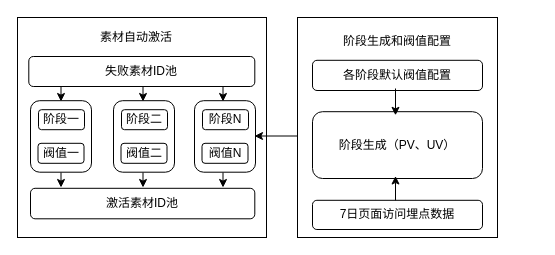
Earlier version of the draw.io diagram page "第 3 页" (3 of 3) of 自动激活方案.drawio (wushenchao/dro). Source tidied: cells renumbered, new cells numbered last; positions are measured from the earlier drawing's top-left corner, leaving out a move shared by most shapes. Both pictures are drawn from the tidied source at 100%, with x=0, y=0 at pixel (17, 17).
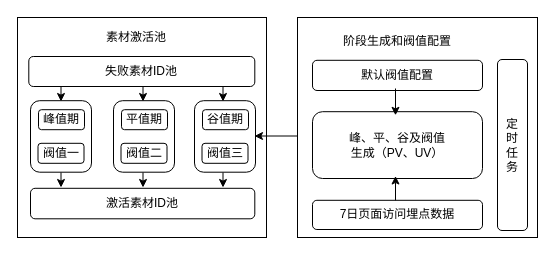
Above is the later version.

Change to the diagram source:
```diff
@@
-    <mxCell id="4" value="阶段二" style="rounded=1;whiteSpace=wrap;html=1;" parent="1" vertex="1">
+    <mxCell id="4" value="平值期" style="rounded=1;whiteSpace=wrap;html=1;" parent="1" vertex="1">
       <mxGeometry x="104" y="92.2" width="46" height="20" as="geometry" />
     </mxCell>
@@
-    <mxCell id="10" value="阶段N" style="rounded=1;whiteSpace=wrap;html=1;" parent="1" vertex="1">
+    <mxCell id="10" value="谷值期" style="rounded=1;whiteSpace=wrap;html=1;" parent="1" vertex="1">
       <mxGeometry x="185" y="92.2" width="46" height="20" as="geometry" />
     </mxCell>
-    <mxCell id="11" value="阀值N" style="rounded=1;whiteSpace=wrap;html=1;" parent="1" vertex="1">
+    <mxCell id="11" value="阀值三" style="rounded=1;whiteSpace=wrap;html=1;" parent="1" vertex="1">
       <mxGeometry x="184.5" y="125.8" width="46" height="20" as="geometry" />
     </mxCell>
@@
-    <mxCell id="13" value="阶段一" style="rounded=1;whiteSpace=wrap;html=1;" parent="1" vertex="1">
+    <mxCell id="13" value="峰值期" style="rounded=1;whiteSpace=wrap;html=1;" parent="1" vertex="1">
       <mxGeometry x="21" y="92.2" width="46" height="20" as="geometry" />
     </mxCell>
@@
-    <mxCell id="20" value="素材自动激活" style="text;html=1;strokeColor=none;fillColor=none;align=center;verticalAlign=middle;whiteSpace=wrap;rounded=0;" parent="1" vertex="1">
+    <mxCell id="20" value="素材激活池" style="text;html=1;strokeColor=none;fillColor=none;align=center;verticalAlign=middle;whiteSpace=wrap;rounded=0;" parent="1" vertex="1">
       <mxGeometry x="58.8" y="5" width="120" height="30" as="geometry" />
     </mxCell>
     <mxCell id="21" style="rounded=0;whiteSpace=wrap;html=1;" parent="1" vertex="1">
-      <mxGeometry x="280" width="200" height="220" as="geometry" />
+      <mxGeometry x="280" width="240" height="220" as="geometry" />
     </mxCell>
@@
-    <mxCell id="24" value="阶段生成（PV、UV）" style="rounded=1;whiteSpace=wrap;html=1;" parent="1" vertex="1">
+    <mxCell id="24" value="峰、平、谷及阀值&lt;br&gt;生成（PV、UV）" style="rounded=1;whiteSpace=wrap;html=1;" parent="1" vertex="1">
       <mxGeometry x="295" y="94.2" width="170" height="66.8" as="geometry" />
     </mxCell>
-    <mxCell id="25" value="各阶段默认阀值配置" style="rounded=1;whiteSpace=wrap;html=1;" parent="1" vertex="1">
+    <mxCell id="25" value="默认阀值配置" style="rounded=1;whiteSpace=wrap;html=1;" parent="1" vertex="1">
       <mxGeometry x="295" y="42.8" width="170" height="30.2" as="geometry" />
     </mxCell>
@@
+    <mxCell id="29" value="定&lt;br&gt;时&lt;br&gt;任&lt;br&gt;务" style="rounded=1;whiteSpace=wrap;html=1;" parent="1" vertex="1">
+      <mxGeometry x="480" y="42" width="30" height="171" as="geometry" />
+    </mxCell>
```
